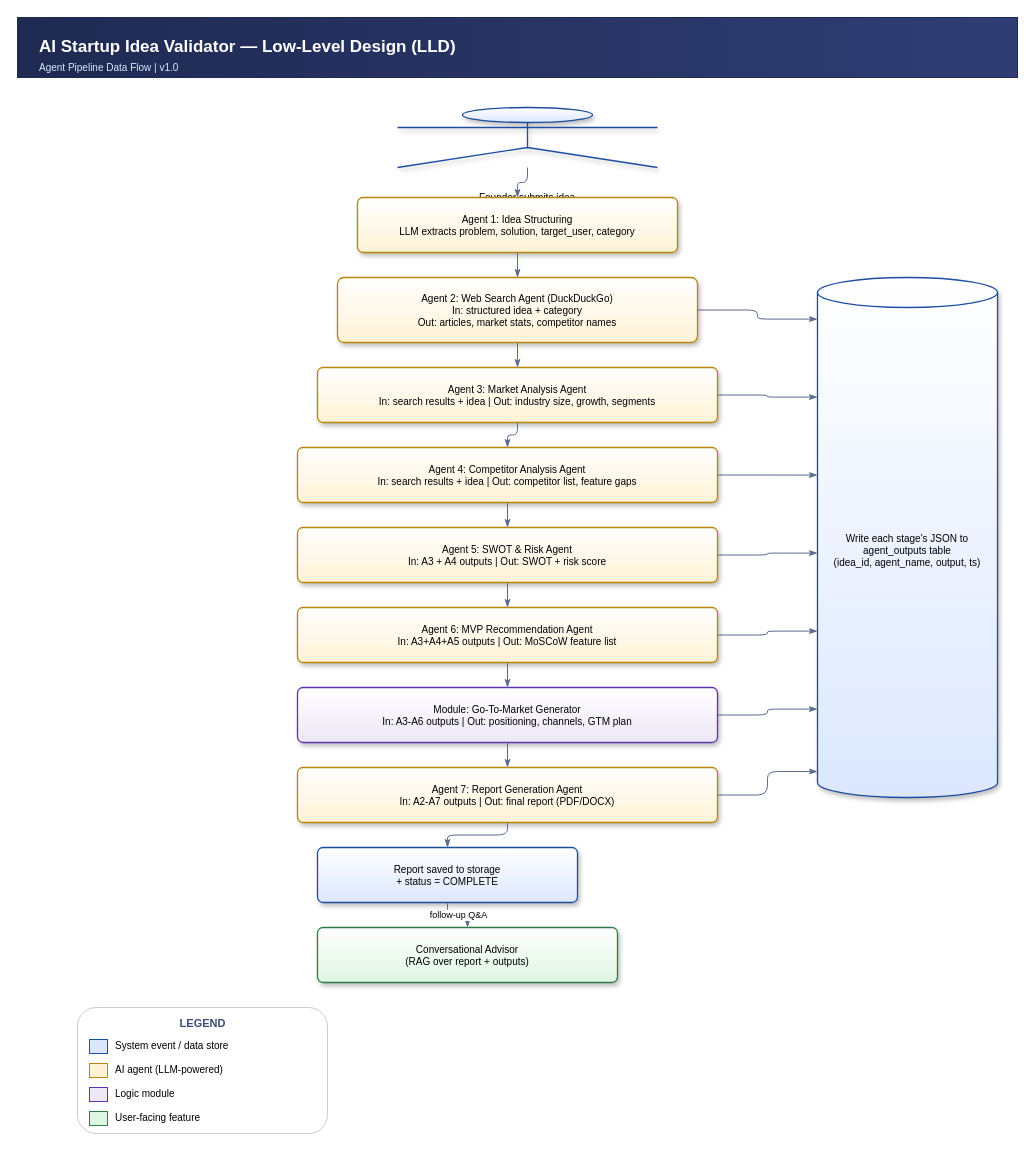
Before: page "LLD - Agent Pipeline" (1 of 3) of docs/diagrams/LLD.drawio in Nikki03-tech/Ai-startup-idea-validator, a draw.io diagram. Source tidied: cells renumbered, new cells numbered last; positions are measured from the earlier drawing's top-left corner, leaving out a move shared by most shapes. Both pictures are drawn from the tidied source at 100%, with x=0, y=0 at pixel (17, 17).
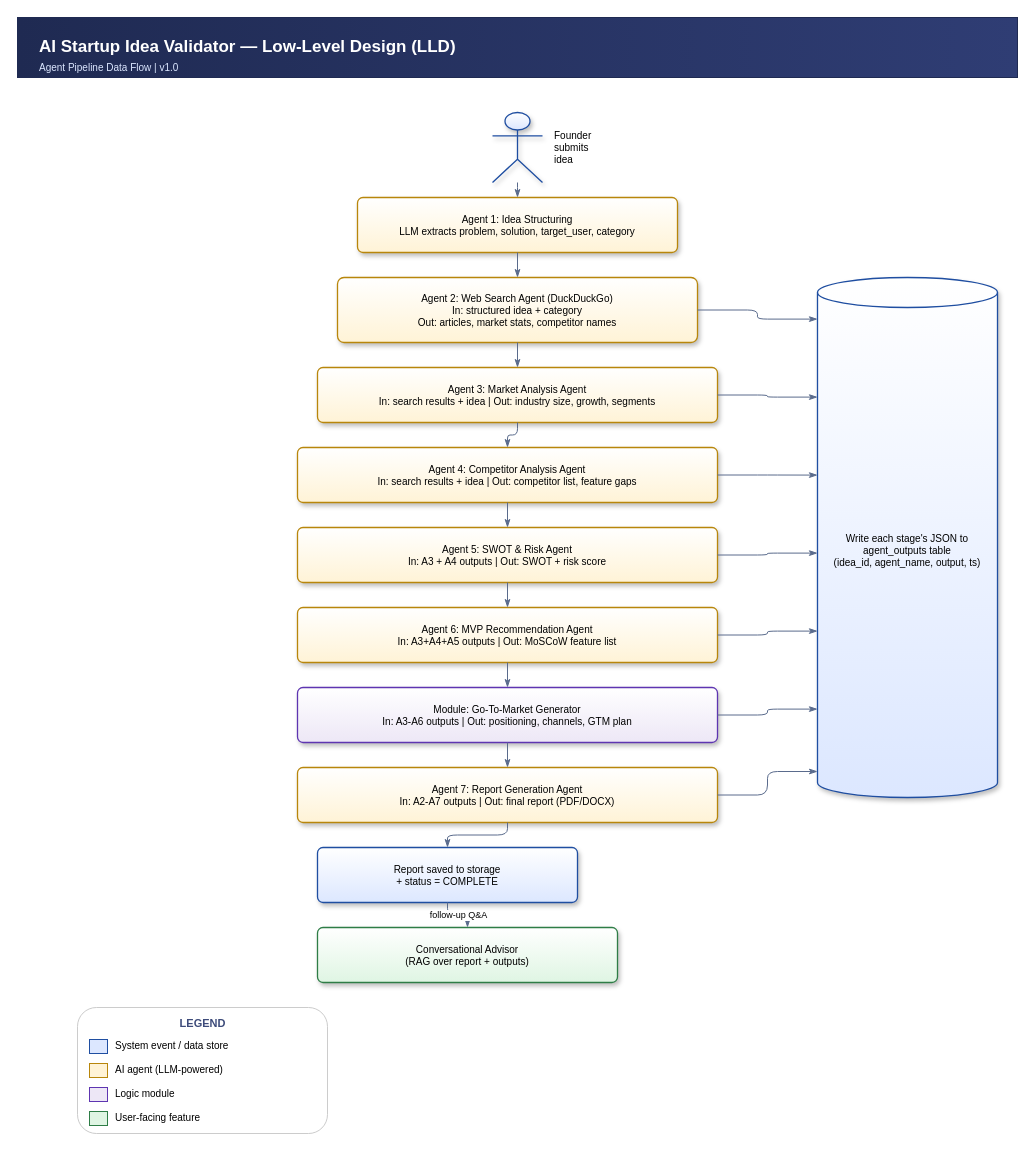
After the change.

Commit message (it also covers changes not shown here):
Fix broken Founder actor icon rendering in LLD

The edit, as a diff of the source:
```diff
@@
-    <mxCell id="4" value="Founder submits idea" style="shape=umlActor;verticalLabelPosition=bottom;labelBackgroundColor=none;whiteSpace=wrap;html=1;fillColor=#DCE7FF;gradientColor=#FFFFFF;gradientDirection=north;strokeColor=#1F4EA1;fontSize=10;fontFamily=Helvetica;shadow=1;strokeWidth=1.3;" parent="1" vertex="1">
-      <mxGeometry x="380" y="90" width="260" height="60" as="geometry" />
+    <mxCell id="4" value="Founder submits idea" style="shape=umlActor;verticalLabelPosition=middle;labelPosition=right;align=left;spacingLeft=10;labelBackgroundColor=none;whiteSpace=wrap;html=1;fillColor=#DCE7FF;gradientColor=#FFFFFF;gradientDirection=north;strokeColor=#1F4EA1;fontSize=10;fontFamily=Helvetica;shadow=1;strokeWidth=1.3;" parent="1" vertex="1">
+      <mxGeometry x="475" y="95" width="50" height="70" as="geometry" />
     </mxCell>
```
